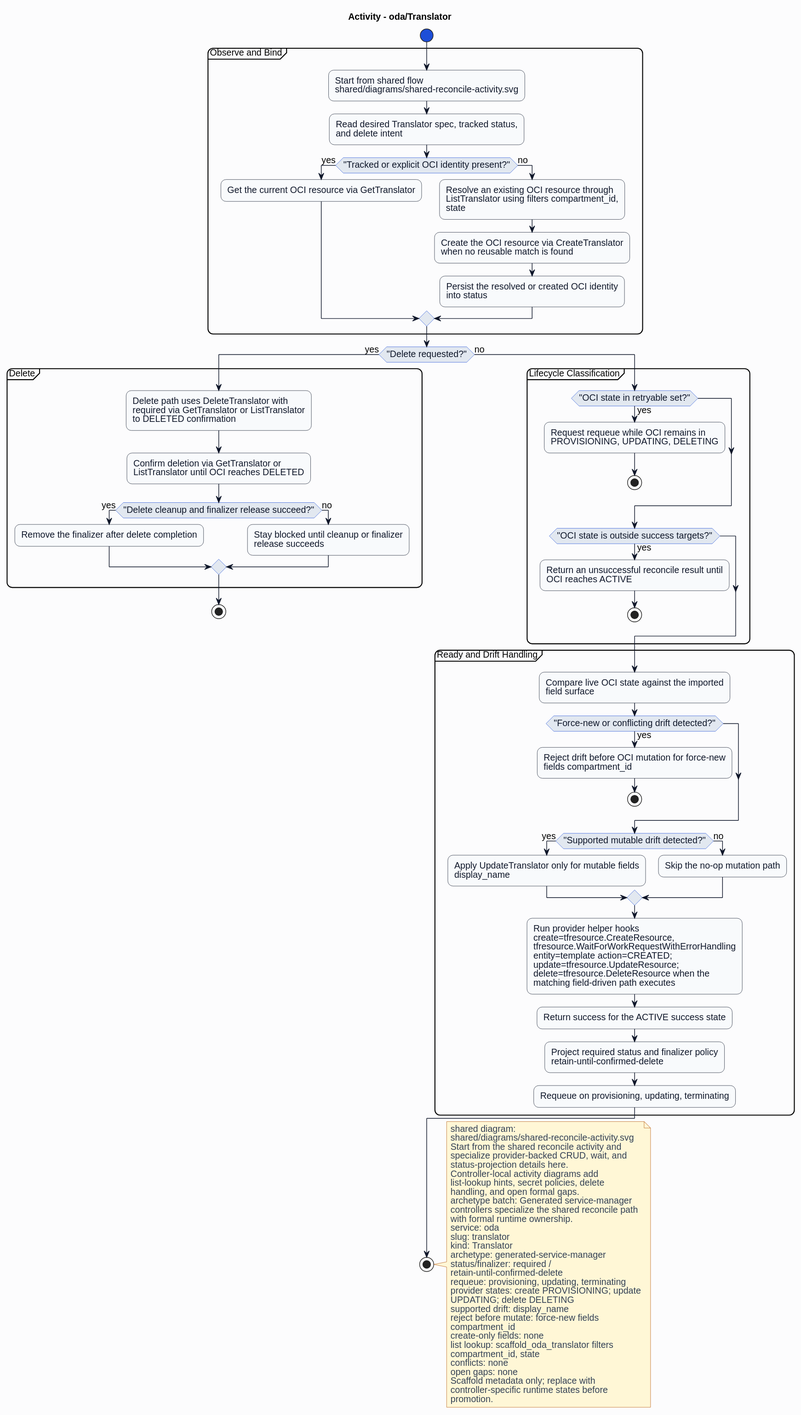
HaoyL666/oci-service-operator keeps this PlantUML diagram as formal/controllers/oda/translator/diagrams/activity.svg. Above is the earlier version. Source of this version:
```plantuml
@startuml
skinparam shadowing false
skinparam backgroundColor #fcfcfd
skinparam defaultFontName Helvetica
skinparam defaultFontSize 14
skinparam arrowColor #0f172a
skinparam noteBackgroundColor #fff7d6
skinparam noteBorderColor #b45309
skinparam noteFontColor #334155
skinparam roundcorner 16
title Activity - oda/Translator
skinparam activity {
  backgroundColor #f8fafc
  borderColor #0f172a
  fontColor #0f172a
  diamondBackgroundColor #e2e8f0
  diamondBorderColor #1d4ed8
  diamondFontColor #0f172a
  startColor #1d4ed8
  endColor #0f172a
  barColor #1d4ed8
}
start
partition "Observe and Bind" {
:Start from shared flow\nshared/diagrams/shared-reconcile-activity.svg;
:Read desired Translator spec, tracked status,\nand delete intent;
if ("Tracked or explicit OCI identity present?") then (yes)
:Get the current OCI resource via GetTranslator;
else (no)
:Resolve an existing OCI resource through\nListTranslator using filters compartment_id,\nstate;
:Create the OCI resource via CreateTranslator\nwhen no reusable match is found;
:Persist the resolved or created OCI identity\ninto status;
endif
}
if ("Delete requested?") then (yes)
partition "Delete" {
:Delete path uses DeleteTranslator with\nrequired via GetTranslator or ListTranslator\nto DELETED confirmation;
:Confirm deletion via GetTranslator or\nListTranslator until OCI reaches DELETED;
if ("Delete cleanup and finalizer release succeed?") then (yes)
:Remove the finalizer after delete completion;
else (no)
:Stay blocked until cleanup or finalizer\nrelease succeeds;
endif
}
stop
else (no)
partition "Lifecycle Classification" {
if ("OCI state in retryable set?") then (yes)
:Request requeue while OCI remains in\nPROVISIONING, UPDATING, DELETING;
stop
endif
if ("OCI state is outside success targets?") then (yes)
:Return an unsuccessful reconcile result until\nOCI reaches ACTIVE;
stop
endif
}
partition "Ready and Drift Handling" {
:Compare live OCI state against the imported\nfield surface;
if ("Force-new or conflicting drift detected?") then (yes)
:Reject drift before OCI mutation for force-new\nfields compartment_id;
stop
endif
if ("Supported mutable drift detected?") then (yes)
:Apply UpdateTranslator only for mutable fields\ndisplay_name;
else (no)
:Skip the no-op mutation path;
endif
:Run provider helper hooks\ncreate=tfresource.CreateResource,\ntfresource.WaitForWorkRequestWithErrorHandling\nentity=template action=CREATED;\nupdate=tfresource.UpdateResource;\ndelete=tfresource.DeleteResource when the\nmatching field-driven path executes;
:Return success for the ACTIVE success state;
:Project required status and finalizer policy\nretain-until-confirmed-delete;
:Requeue on provisioning, updating, terminating;
}
endif
stop
note right
shared diagram:
shared/diagrams/shared-reconcile-activity.svg
Start from the shared reconcile activity and
specialize provider-backed CRUD, wait, and
status-projection details here.
Controller-local activity diagrams add
list-lookup hints, secret policies, delete
handling, and open formal gaps.
archetype batch: Generated service-manager
controllers specialize the shared reconcile path
with formal runtime ownership.
service: oda
slug: translator
kind: Translator
archetype: generated-service-manager
status/finalizer: required /
retain-until-confirmed-delete
requeue: provisioning, updating, terminating
provider states: create PROVISIONING; update
UPDATING; delete DELETING
supported drift: display_name
reject before mutate: force-new fields
compartment_id
create-only fields: none
list lookup: scaffold_oda_translator filters
compartment_id, state
conflicts: none
open gaps: none
Scaffold metadata only; replace with
controller-specific runtime states before
promotion.
end note
@enduml
```
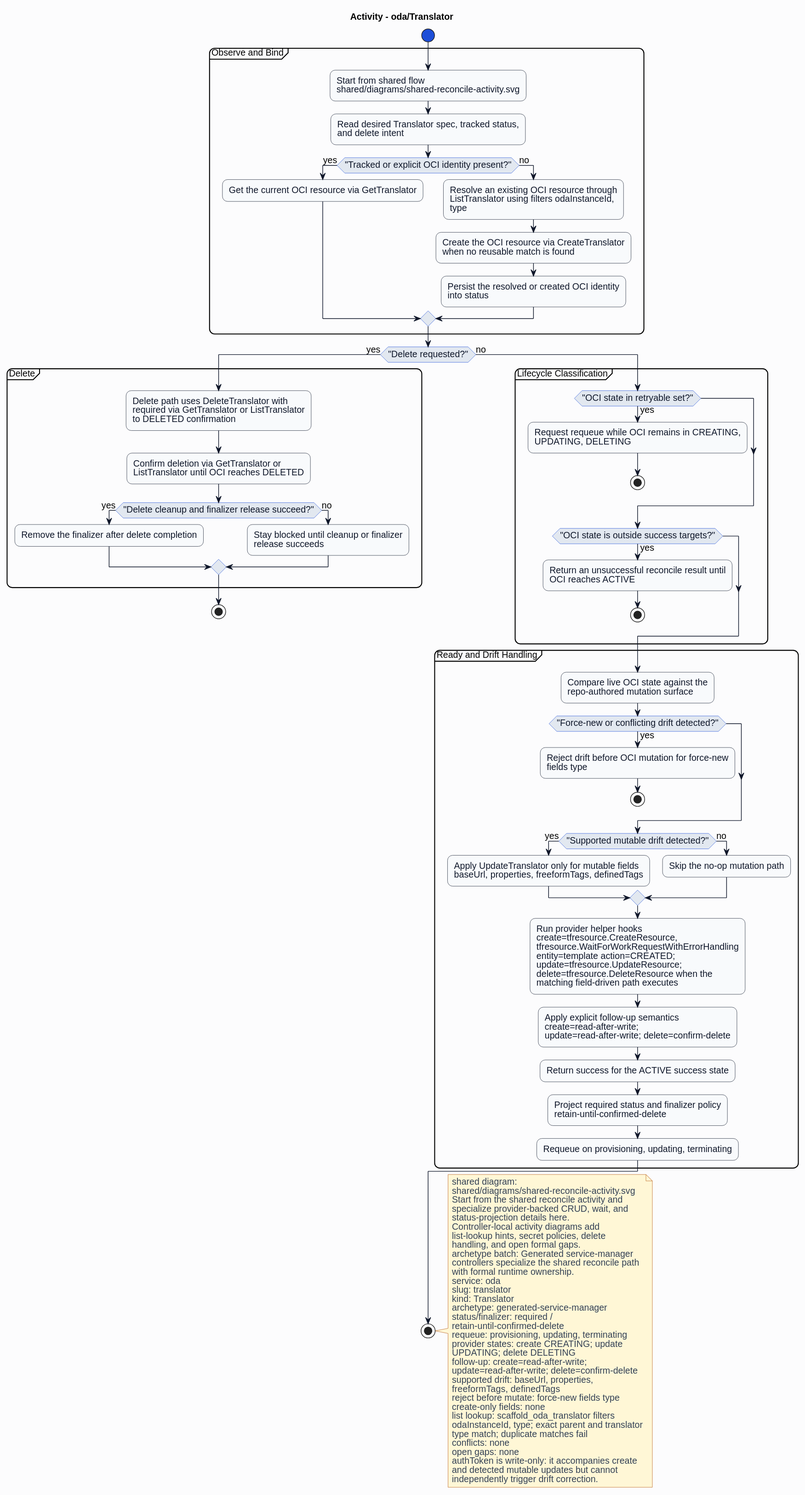
Later version of the same file.

What changed in the source:
```diff
@@ -27,7 +27,7 @@
 if ("Tracked or explicit OCI identity present?") then (yes)
 :Get the current OCI resource via GetTranslator;
 else (no)
-:Resolve an existing OCI resource through\nListTranslator using filters compartment_id,\nstate;
+:Resolve an existing OCI resource through\nListTranslator using filters odaInstanceId,\ntype;
 :Create the OCI resource via CreateTranslator\nwhen no reusable match is found;
 :Persist the resolved or created OCI identity\ninto status;
 endif
@@ -46,7 +46,7 @@
 else (no)
 partition "Lifecycle Classification" {
 if ("OCI state in retryable set?") then (yes)
-:Request requeue while OCI remains in\nPROVISIONING, UPDATING, DELETING;
+:Request requeue while OCI remains in CREATING,\nUPDATING, DELETING;
 stop
 endif
 if ("OCI state is outside success targets?") then (yes)
@@ -55,17 +55,18 @@
 endif
 }
 partition "Ready and Drift Handling" {
-:Compare live OCI state against the imported\nfield surface;
+:Compare live OCI state against the\nrepo-authored mutation surface;
 if ("Force-new or conflicting drift detected?") then (yes)
-:Reject drift before OCI mutation for force-new\nfields compartment_id;
+:Reject drift before OCI mutation for force-new\nfields type;
 stop
 endif
 if ("Supported mutable drift detected?") then (yes)
-:Apply UpdateTranslator only for mutable fields\ndisplay_name;
+:Apply UpdateTranslator only for mutable fields\nbaseUrl, properties, freeformTags, definedTags;
 else (no)
 :Skip the no-op mutation path;
 endif
 :Run provider helper hooks\ncreate=tfresource.CreateResource,\ntfresource.WaitForWorkRequestWithErrorHandling\nentity=template action=CREATED;\nupdate=tfresource.UpdateResource;\ndelete=tfresource.DeleteResource when the\nmatching field-driven path executes;
+:Apply explicit follow-up semantics\ncreate=read-after-write;\nupdate=read-after-write; delete=confirm-delete;
 :Return success for the ACTIVE success state;
 :Project required status and finalizer policy\nretain-until-confirmed-delete;
 :Requeue on provisioning, updating, terminating;
@@ -91,18 +92,21 @@
 status/finalizer: required /
 retain-until-confirmed-delete
 requeue: provisioning, updating, terminating
-provider states: create PROVISIONING; update
+provider states: create CREATING; update
 UPDATING; delete DELETING
-supported drift: display_name
-reject before mutate: force-new fields
-compartment_id
+follow-up: create=read-after-write;
+update=read-after-write; delete=confirm-delete
+supported drift: baseUrl, properties,
+freeformTags, definedTags
+reject before mutate: force-new fields type
 create-only fields: none
 list lookup: scaffold_oda_translator filters
-compartment_id, state
+odaInstanceId, type; exact parent and translator
+type match; duplicate matches fail
 conflicts: none
 open gaps: none
-Scaffold metadata only; replace with
-controller-specific runtime states before
-promotion.
+authToken is write-only: it accompanies create
+and detected mutable updates but cannot
+independently trigger drift correction.
 end note
 @enduml
```
